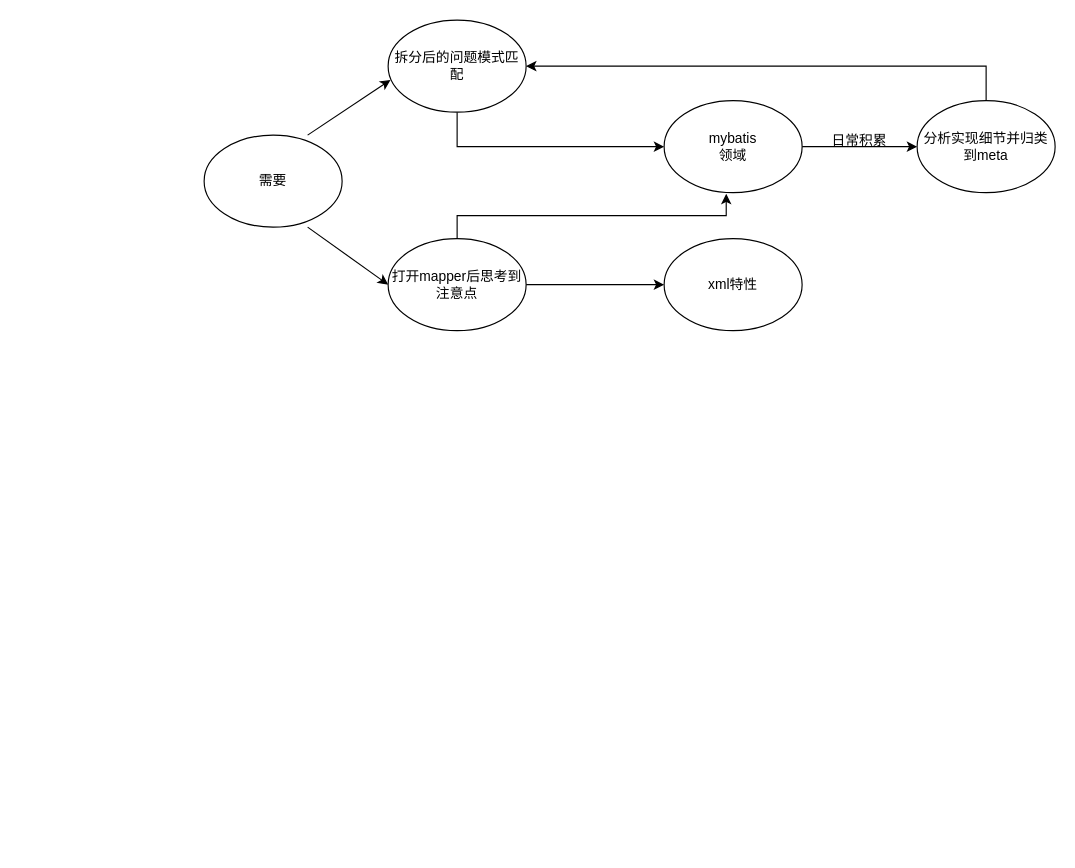
Above: menus/联系.drawio in Asamiyaa/microservice-k8s-yun (draw.io), before the change. Source tidied: cells renumbered, new cells numbered last; positions are measured from the earlier drawing's top-left corner, leaving out a move shared by most shapes. Both pictures are drawn from the tidied source at 115%, with x=0, y=0 at pixel (204, 20).
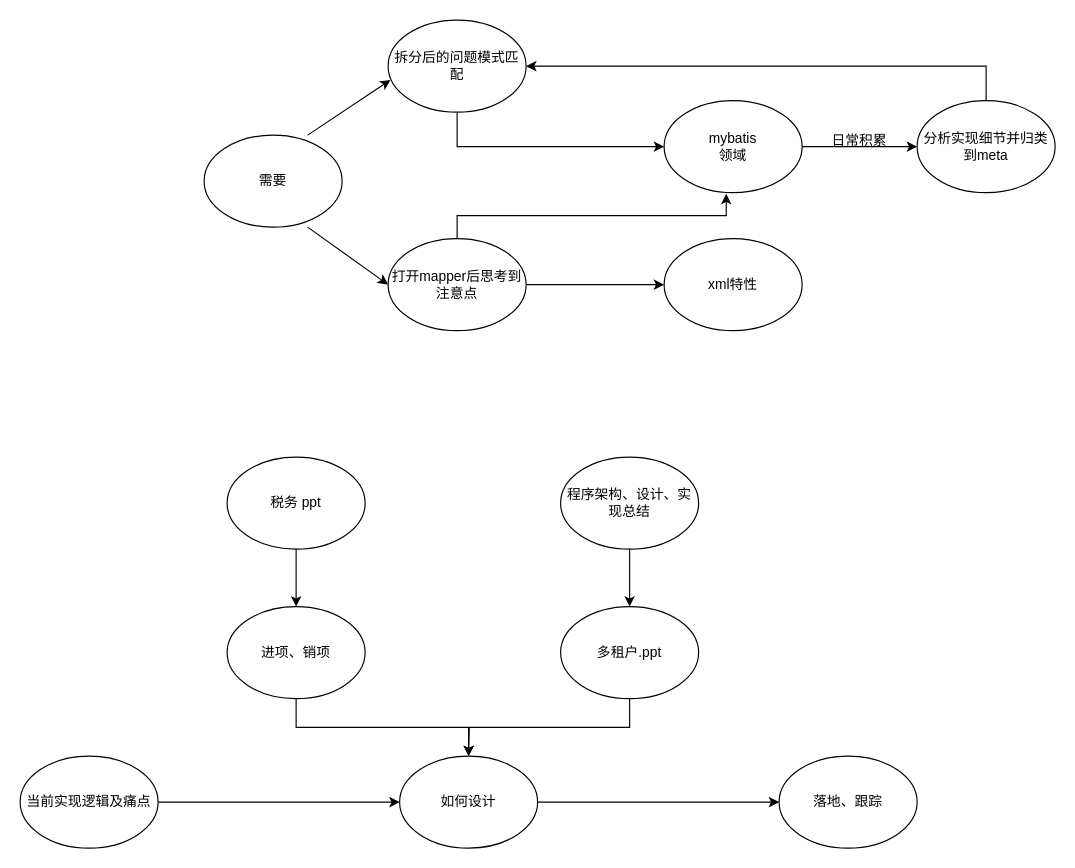
The same diagram, later.

Change to the diagram source:
```diff
@@
+    <mxCell id="16" style="edgeStyle=orthogonalEdgeStyle;rounded=0;jettySize=auto;html=1;exitX=0.5;exitY=1;exitDx=0;exitDy=0;entryX=0.5;entryY=0;entryDx=0;entryDy=0;" parent="1" edge="1" source="17" target="19">
+      <mxGeometry relative="1" as="geometry" />
+    </mxCell>
+    <mxCell id="17" value="税务 ppt" style="ellipse;whiteSpace=wrap;html=1;" parent="1" vertex="1">
+      <mxGeometry x="20" y="380" width="120" height="80" as="geometry" />
+    </mxCell>
+    <mxCell id="18" style="edgeStyle=orthogonalEdgeStyle;rounded=0;jettySize=auto;html=1;exitX=0.5;exitY=1;exitDx=0;exitDy=0;" parent="1" edge="1" source="19" target="27">
+      <mxGeometry relative="1" as="geometry" />
+    </mxCell>
+    <mxCell id="19" value="进项、销项" style="ellipse;whiteSpace=wrap;html=1;" parent="1" vertex="1">
+      <mxGeometry x="20" y="510" width="120" height="80" as="geometry" />
+    </mxCell>
+    <mxCell id="20" style="edgeStyle=orthogonalEdgeStyle;rounded=0;jettySize=auto;html=1;exitX=0.5;exitY=1;exitDx=0;exitDy=0;" parent="1" edge="1" source="21" target="23">
+      <mxGeometry relative="1" as="geometry" />
+    </mxCell>
+    <mxCell id="21" value="程序架构、设计、实现总结" style="ellipse;whiteSpace=wrap;html=1;" parent="1" vertex="1">
+      <mxGeometry x="310" y="380" width="120" height="80" as="geometry" />
+    </mxCell>
+    <mxCell id="22" style="edgeStyle=orthogonalEdgeStyle;rounded=0;jettySize=auto;html=1;exitX=0.5;exitY=1;exitDx=0;exitDy=0;" parent="1" edge="1" source="23">
+      <mxGeometry relative="1" as="geometry">
+        <mxPoint x="230" y="640" as="targetPoint" />
+      </mxGeometry>
+    </mxCell>
+    <mxCell id="23" value="多租户.ppt" style="ellipse;whiteSpace=wrap;html=1;" parent="1" vertex="1">
+      <mxGeometry x="310" y="510" width="120" height="80" as="geometry" />
+    </mxCell>
+    <mxCell id="24" style="edgeStyle=orthogonalEdgeStyle;rounded=0;jettySize=auto;html=1;exitX=1;exitY=0.5;exitDx=0;exitDy=0;entryX=0;entryY=0.5;entryDx=0;entryDy=0;" parent="1" edge="1" source="25" target="27">
+      <mxGeometry relative="1" as="geometry" />
+    </mxCell>
+    <mxCell id="25" value="当前实现逻辑及痛点" style="ellipse;whiteSpace=wrap;html=1;" parent="1" vertex="1">
+      <mxGeometry x="-160" y="640" width="120" height="80" as="geometry" />
+    </mxCell>
+    <mxCell id="26" style="edgeStyle=orthogonalEdgeStyle;rounded=0;jettySize=auto;html=1;exitX=1;exitY=0.5;exitDx=0;exitDy=0;" parent="1" edge="1" source="27" target="28">
+      <mxGeometry relative="1" as="geometry" />
+    </mxCell>
+    <mxCell id="27" value="如何设计" style="ellipse;whiteSpace=wrap;html=1;" parent="1" vertex="1">
+      <mxGeometry x="170" y="640" width="120" height="80" as="geometry" />
+    </mxCell>
+    <mxCell id="28" value="落地、跟踪" style="ellipse;whiteSpace=wrap;html=1;" parent="1" vertex="1">
+      <mxGeometry x="500" y="640" width="120" height="80" as="geometry" />
+    </mxCell>
```
